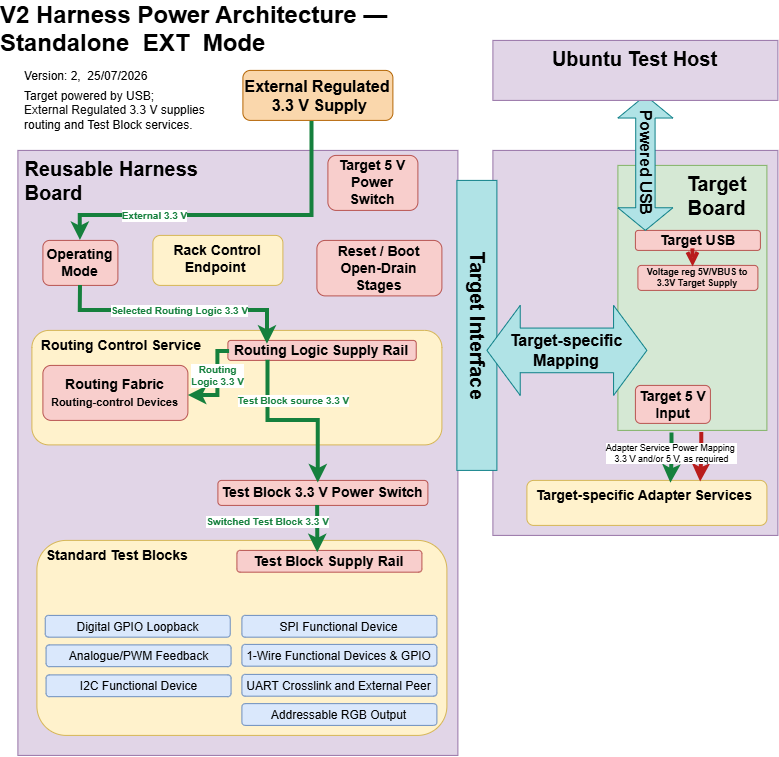
SimonGAndrews/ESP32_SGATest keeps this draw.io diagram as docs/design/V2Harness/arch/diagrams/Rack-Architecture-Power-Standalone-EXT_V2.png. Above is the earlier version. Source tidied: cells renumbered, new cells last; positions are measured from the earlier drawing's top-left corner, leaving out a move shared by most shapes.
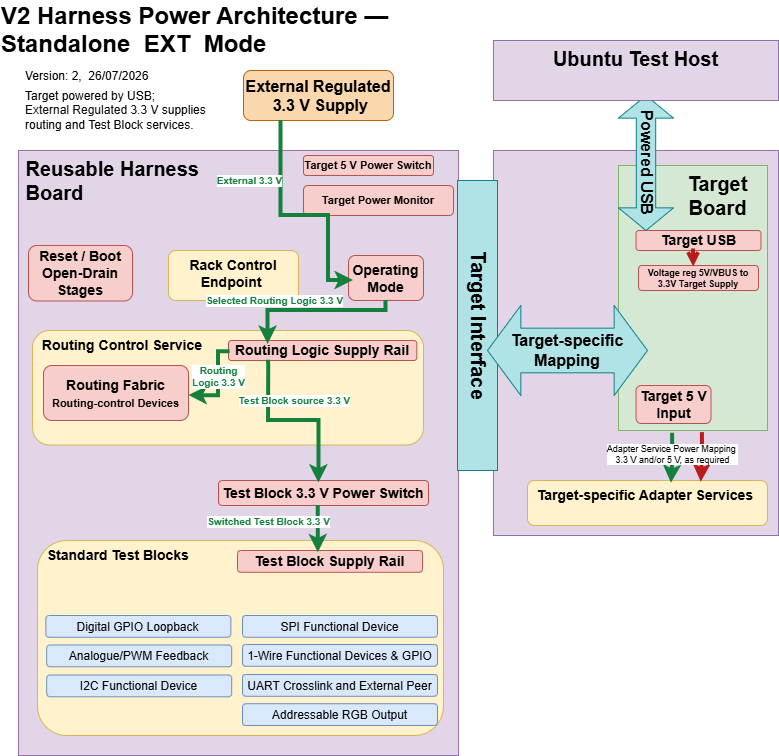
After the commit.

Diff of the diagram source:
```diff
@@ -9,13 +9,13 @@
       <mxGeometry x="18" y="150" width="440" height="605" as="geometry" />
     </mxCell>
     <mxCell id="4" value="Operating Mode" style="rounded=1;whiteSpace=wrap;html=1;fillColor=#f8cecc;strokeColor=#b85450;fontSize=14;fontFamily=Helvetica;fontColor=default;align=center;verticalAlign=middle;fontStyle=1;" parent="1" vertex="1">
-      <mxGeometry x="43" y="240" width="75" height="45" as="geometry" />
+      <mxGeometry x="348" y="255" width="75" height="45" as="geometry" />
     </mxCell>
     <mxCell id="5" value="Rack Control Endpoint&amp;nbsp;" style="rounded=1;whiteSpace=wrap;html=1;fillColor=#fff2cc;strokeColor=#d6b656;fontSize=14;verticalAlign=top;fontStyle=1;" parent="1" vertex="1">
-      <mxGeometry x="153" y="235" width="130" height="50" as="geometry" />
+      <mxGeometry x="168" y="250" width="130" height="50" as="geometry" />
     </mxCell>
-    <mxCell id="6" value="Target 5 V Power Switch" style="rounded=1;whiteSpace=wrap;html=1;fillColor=#f8cecc;strokeColor=#b85450;fontSize=14;fontStyle=1;" parent="1" vertex="1">
-      <mxGeometry x="328" y="155" width="90" height="55" as="geometry" />
+    <mxCell id="6" value="&lt;font&gt;Target 5 V Power Switch&lt;/font&gt;" style="rounded=1;whiteSpace=wrap;html=1;fillColor=#f8cecc;strokeColor=#b85450;fontSize=11;fontStyle=1;" parent="1" vertex="1">
+      <mxGeometry x="303" y="155" width="130" height="20" as="geometry" />
     </mxCell>
     <mxCell id="7" value="&lt;div&gt;&lt;b&gt;&amp;nbsp; &amp;nbsp; &amp;nbsp; &amp;nbsp; &amp;nbsp; &amp;nbsp; Target&amp;nbsp; &amp;nbsp; &amp;nbsp; &amp;nbsp; &amp;nbsp; &amp;nbsp; &amp;nbsp;Board&lt;/b&gt;&lt;/div&gt;" style="text;html=1;whiteSpace=wrap;strokeColor=#82b366;fillColor=#d5e8d4;align=center;verticalAlign=top;rounded=0;fontSize=20;labelBackgroundColor=none;" parent="1" vertex="1">
       <mxGeometry x="618" y="165" width="149" height="265" as="geometry" />
@@ -27,7 +27,7 @@
       <mxGeometry x="487" y="305" width="160" height="90" as="geometry" />
     </mxCell>
     <mxCell id="10" value="&amp;nbsp; Routing Control Service" style="rounded=1;whiteSpace=wrap;html=1;fillColor=#fff2cc;strokeColor=#d6b656;fontSize=14;verticalAlign=top;fontStyle=1;align=left;" parent="1" vertex="1">
-      <mxGeometry x="32" y="330" width="410" height="114.5" as="geometry" />
+      <mxGeometry x="32" y="330" width="391" height="114.5" as="geometry" />
     </mxCell>
     <mxCell id="11" value="Routing Logic Supply Rail" style="rounded=1;whiteSpace=wrap;html=1;fillColor=#f8cecc;strokeColor=#b85450;fontSize=14;fontFamily=Helvetica;fontColor=default;align=center;verticalAlign=middle;fontStyle=1;" parent="1" vertex="1">
       <mxGeometry x="228" y="340" width="188.3" height="20" as="geometry" />
@@ -42,10 +42,10 @@
       <mxGeometry x="43" y="365" width="145" height="55" as="geometry" />
     </mxCell>
     <mxCell id="15" value="Reset / Boot&lt;br&gt;Open-Drain Stages" style="rounded=1;whiteSpace=wrap;html=1;fillColor=#f8cecc;strokeColor=#b85450;fontSize=14;fontFamily=Helvetica;fontColor=default;align=center;verticalAlign=middle;fontStyle=1;" parent="1" vertex="1">
-      <mxGeometry x="317" y="240" width="125" height="55.5" as="geometry" />
+      <mxGeometry x="28" y="245" width="104" height="55.5" as="geometry" />
     </mxCell>
     <mxCell id="16" value="&amp;nbsp; Standard Test Blocks&lt;div&gt;&lt;br/&gt;&lt;/div&gt;" style="rounded=1;whiteSpace=wrap;html=1;fillColor=#fff2cc;strokeColor=#d6b656;fontSize=14;verticalAlign=top;fontStyle=1;align=left;" parent="1" vertex="1">
-      <mxGeometry x="37" y="540" width="410" height="195" as="geometry" />
+      <mxGeometry x="37" y="540" width="406" height="195" as="geometry" />
     </mxCell>
     <mxCell id="17" value="Test Block Supply Rail" style="rounded=1;whiteSpace=wrap;html=1;fillColor=#f8cecc;strokeColor=#b85450;fontSize=14;fontFamily=Helvetica;fontColor=default;align=center;verticalAlign=middle;fontStyle=1;" parent="1" vertex="1">
       <mxGeometry x="237" y="550" width="185" height="21.8" as="geometry" />
@@ -80,6 +80,9 @@
     <mxCell id="27" value="Target 5 V&lt;br&gt;Input" style="rounded=1;whiteSpace=wrap;html=1;fillColor=#f8cecc;strokeColor=#b85450;fontSize=14;fontFamily=Helvetica;fontColor=default;align=center;verticalAlign=middle;fontStyle=1;arcSize=14;" parent="1" vertex="1">
       <mxGeometry x="635.5" y="385" width="75" height="38" as="geometry" />
     </mxCell>
+    <mxCell id="45" value="&lt;font&gt;Target Power Monitor&lt;/font&gt;" style="rounded=1;whiteSpace=wrap;html=1;fillColor=#f8cecc;strokeColor=#b85450;fontSize=11;fontStyle=1;" parent="1" vertex="1">
+      <mxGeometry x="303" y="185" width="150" height="30" as="geometry" />
+    </mxCell>
     <mxCell id="28" value="Power Routes - Standalone Ext" parent="0" />
     <mxCell id="29" value="Routing &lt;br&gt;Logic 3.3 V" style="edgeStyle=orthogonalEdgeStyle;rounded=0;jettySize=auto;html=1;strokeColor=#15803d;strokeWidth=4;endArrow=classic;endFill=1;fontColor=#15803d;fontSize=10;fontStyle=1;labelBackgroundColor=#ffffff;entryX=1.003;entryY=0.547;entryDx=0;entryDy=0;entryPerimeter=0;exitX=0.009;exitY=0.559;exitDx=0;exitDy=0;exitPerimeter=0;" parent="28" edge="1" source="11" target="14">
       <mxGeometry x="-0.17" relative="1" as="geometry">
@@ -99,9 +102,9 @@
       </mxGeometry>
     </mxCell>
     <mxCell id="31" value="Selected Routing Logic 3.3 V" style="edgeStyle=orthogonalEdgeStyle;rounded=0;jettySize=auto;html=1;strokeColor=#15803d;strokeWidth=4;endArrow=classic;endFill=1;fontColor=#15803d;fontSize=10;fontStyle=1;labelBackgroundColor=#ffffff;entryX=0.21;entryY=0.194;entryDx=0;entryDy=0;entryPerimeter=0;exitX=0.5;exitY=1;exitDx=0;exitDy=0;" parent="28" edge="1" source="4" target="11">
-      <mxGeometry x="0.01" relative="1" as="geometry">
+      <mxGeometry x="0.51" y="-10" relative="1" as="geometry">
         <Array as="points">
-          <mxPoint x="80.5" y="310.1" />
+          <mxPoint x="385.5" y="310.1" />
           <mxPoint x="267.5" y="310.1" />
         </Array>
       </mxGeometry>
@@ -143,16 +146,17 @@
     <mxCell id="39" value="External Regulated&lt;br&gt;&amp;nbsp;3.3 V Supply" style="rounded=1;whiteSpace=wrap;html=1;fillColor=#fad7ac;strokeColor=#b46504;fontSize=16;verticalAlign=top;fontStyle=1;" parent="28" vertex="1">
       <mxGeometry x="243" y="70" width="150" height="50" as="geometry" />
     </mxCell>
-    <mxCell id="40" value="External 3.3 V" style="edgeStyle=orthogonalEdgeStyle;rounded=0;jettySize=auto;html=1;strokeColor=#15803d;strokeWidth=4;endArrow=classic;endFill=1;fontColor=#15803d;fontSize=10;fontStyle=1;labelBackgroundColor=#ffffff;exitX=0.461;exitY=1.022;exitDx=0;exitDy=0;entryX=0.5;entryY=0;entryDx=0;entryDy=0;exitPerimeter=0;" parent="28" edge="1" source="39" target="4">
-      <mxGeometry x="0.44" relative="1" as="geometry">
+    <mxCell id="40" value="External 3.3 V" style="edgeStyle=orthogonalEdgeStyle;rounded=0;jettySize=auto;html=1;strokeColor=#15803d;strokeWidth=4;endArrow=classic;endFill=1;fontColor=#15803d;fontSize=10;fontStyle=1;labelBackgroundColor=#ffffff;exitX=0.25;exitY=1;exitDx=0;exitDy=0;entryX=0.067;entryY=0.556;entryDx=0;entryDy=0;entryPerimeter=0;" parent="28" edge="1" source="39" target="4">
+      <mxGeometry x="-0.48" y="-32" relative="1" as="geometry">
         <Array as="points">
-          <mxPoint x="312.2" y="215" />
-          <mxPoint x="80.5" y="215" />
+          <mxPoint x="280.5" y="215" />
+          <mxPoint x="328" y="215" />
+          <mxPoint x="328" y="280" />
         </Array>
       </mxGeometry>
     </mxCell>
     <mxCell id="41" value="TitleBlock - Power - Standalone Ext" parent="0" />
-    <mxCell id="42" value="&lt;h1 style=&quot;margin-top: 0px;&quot;&gt;&lt;span style=&quot;background-color: transparent; color: light-dark(rgb(0, 0, 0), rgb(255, 255, 255)); font-size: 12px; font-weight: normal;&quot;&gt;Version: 2,&amp;nbsp; 25/07/2026&lt;/span&gt;&lt;/h1&gt;" style="text;html=1;whiteSpace=wrap;strokeColor=none;fillColor=none;align=left;verticalAlign=middle;rounded=0;fontFamily=Helvetica;" parent="41" vertex="1">
+    <mxCell id="42" value="&lt;h1 style=&quot;margin-top: 0px;&quot;&gt;&lt;span style=&quot;background-color: transparent; color: light-dark(rgb(0, 0, 0), rgb(255, 255, 255)); font-size: 12px; font-weight: normal;&quot;&gt;Version: 2,&amp;nbsp; 26/07/2026&lt;/span&gt;&lt;/h1&gt;" style="text;html=1;whiteSpace=wrap;strokeColor=none;fillColor=none;align=left;verticalAlign=middle;rounded=0;fontFamily=Helvetica;" parent="41" vertex="1">
       <mxGeometry x="23" y="65" width="150" height="30" as="geometry" />
     </mxCell>
     <mxCell id="43" value="Target powered by USB&lt;font&gt;;&lt;/font&gt;&lt;span style=&quot;color: rgb(13, 13, 13);&quot;&gt;&lt;font&gt;&amp;nbsp;&lt;/font&gt;&lt;/span&gt;&lt;div&gt;&lt;div&gt;&lt;span style=&quot;color: light-dark(rgb(13, 13, 13), rgb(226, 226, 226)); white-space: nowrap; text-align: center; background-color: rgb(255, 255, 255);&quot;&gt;External Regulated 3.3 V&lt;/span&gt;&lt;span style=&quot;color: light-dark(rgb(13, 13, 13), rgb(226, 226, 226)); background-color: transparent;&quot;&gt;&amp;nbsp;&lt;/span&gt;&lt;span style=&quot;background-color: transparent; color: light-dark(rgb(0, 0, 0), rgb(255, 255, 255));&quot;&gt;supplies&lt;/span&gt;&lt;/div&gt;&lt;div&gt;&lt;span style=&quot;background-color: transparent; color: light-dark(rgb(0, 0, 0), rgb(255, 255, 255));&quot;&gt;routing and Test Block services.&lt;/span&gt;&lt;/div&gt;&lt;/div&gt;" style="text;html=1;whiteSpace=wrap;strokeColor=none;fillColor=none;align=left;verticalAlign=middle;rounded=0;fontFamily=Helvetica;" parent="41" vertex="1">
```
